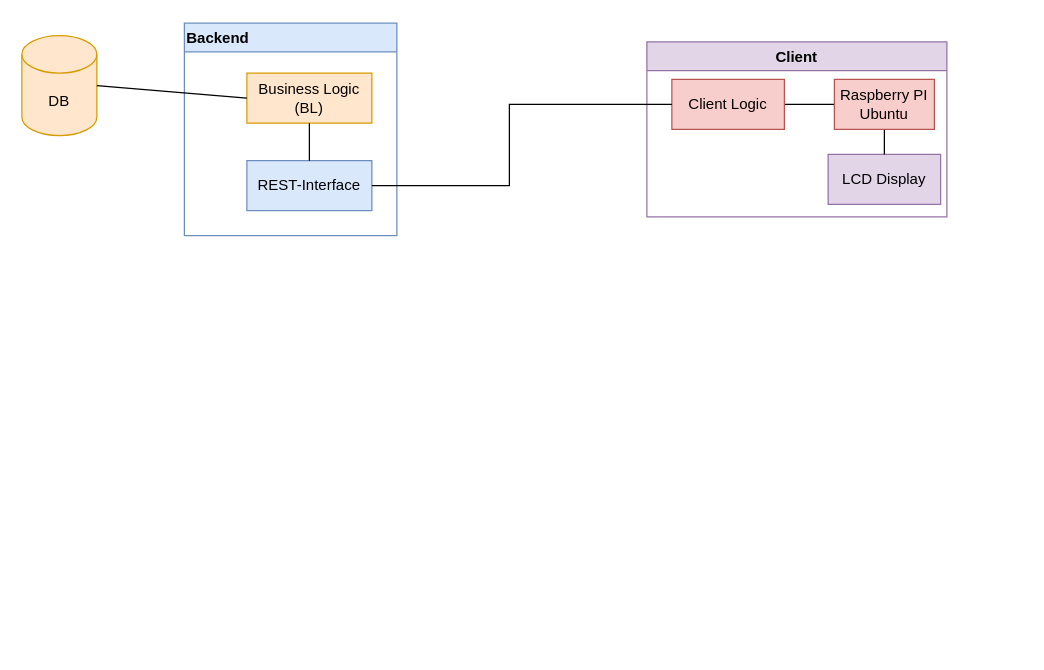
Above: Projektmanagement/Diagramme/system architecture.drawio in steinmax/Aduno (draw.io), before the change. Source tidied: cells renumbered, new cells numbered last; positions are measured from the earlier drawing's top-left corner, leaving out a move shared by most shapes. Both pictures are drawn from the tidied source at 125%, with x=0, y=0 at pixel (21, 22).
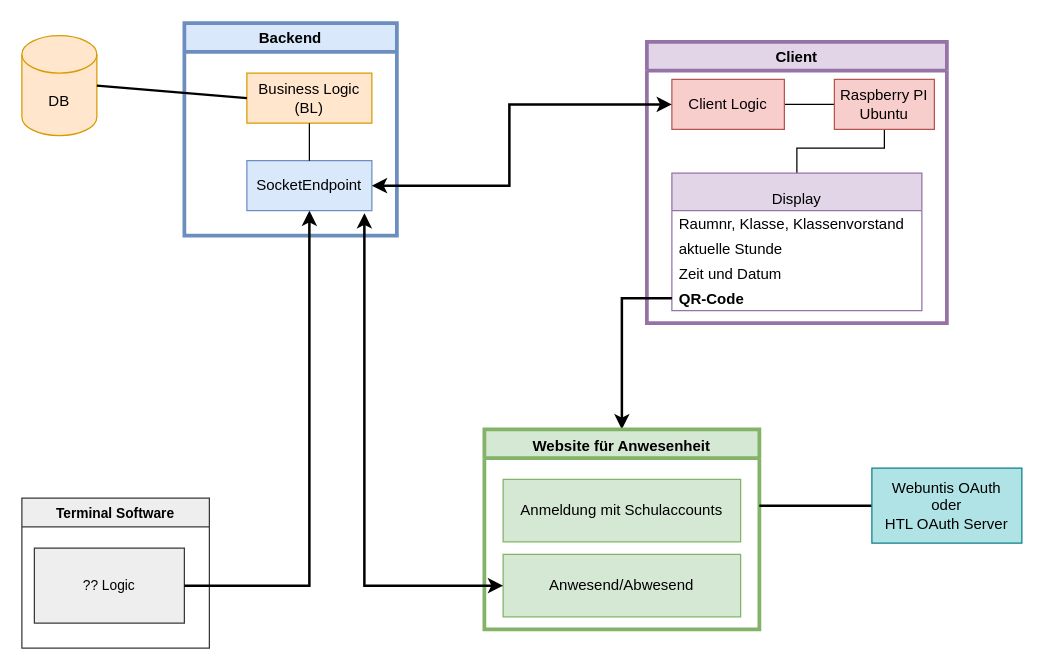
The same diagram, later.

The change refers to these unchanged cells:
```xml
<mxCell id="3" value="Business Logic&lt;br&gt;(BL)" style="rounded=0;whiteSpace=wrap;html=1;align=center;fillColor=#ffe6cc;strokeColor=#d79b00;" parent="2" vertex="1">
  <mxGeometry x="50" y="40" width="100" height="40" as="geometry" />
</mxCell>
<mxCell id="6" value="DB" style="shape=cylinder3;whiteSpace=wrap;html=1;boundedLbl=1;backgroundOutline=1;size=15;align=center;fillColor=#ffe6cc;strokeColor=#d79b00;" parent="1" vertex="1">
  <mxGeometry y="10" width="60" height="80" as="geometry" />
</mxCell>
<mxCell id="12" value="Raspberry PI&lt;br&gt;Ubuntu" style="rounded=0;whiteSpace=wrap;html=1;align=center;fillColor=#f8cecc;strokeColor=#b85450;" parent="8" vertex="1">
  <mxGeometry x="150" y="30" width="80" height="40" as="geometry" />
</mxCell>
<mxCell id="13" value="Client Logic" style="rounded=0;whiteSpace=wrap;html=1;align=center;fillColor=#f8cecc;strokeColor=#b85450;" parent="8" vertex="1">
  <mxGeometry x="20" y="30" width="90" height="40" as="geometry" />
</mxCell>
```

Change to the diagram source:
```diff
@@
-    <mxCell id="2" value="Backend" style="swimlane;align=left;fillColor=#dae8fc;strokeColor=#6c8ebf;" parent="1" vertex="1">
+    <mxCell id="2" value="Backend" style="swimlane;align=center;fillColor=#dae8fc;strokeColor=#6c8ebf;strokeWidth=3;" parent="1" vertex="1">
       <mxGeometry x="130" width="170" height="170" as="geometry" />
     </mxCell>
@@
-    <mxCell id="4" value="REST-Interface" style="rounded=0;whiteSpace=wrap;html=1;align=center;fillColor=#dae8fc;strokeColor=#6c8ebf;" parent="2" vertex="1">
+    <mxCell id="4" value="SocketEndpoint" style="rounded=0;whiteSpace=wrap;html=1;align=center;fillColor=#dae8fc;strokeColor=#6c8ebf;" parent="2" vertex="1">
       <mxGeometry x="50" y="110" width="100" height="40" as="geometry" />
     </mxCell>
@@
-    <mxCell id="7" style="endArrow=none;startArrow=none;html=1;rounded=0;exitX=1;exitY=0.5;exitDx=0;exitDy=0;exitPerimeter=0;entryX=0;entryY=0.5;entryDx=0;entryDy=0;endFill=0;startFill=0;" parent="1" edge="1" source="6" target="3">
+    <mxCell id="7" style="endArrow=none;startArrow=none;html=1;rounded=0;exitX=1;exitY=0.5;exitDx=0;exitDy=0;exitPerimeter=0;entryX=0;entryY=0.5;entryDx=0;entryDy=0;endFill=0;startFill=0;strokeWidth=2;" parent="1" edge="1" source="6" target="3">
       <mxGeometry relative="1" as="geometry" />
     </mxCell>
-    <mxCell id="8" value="Client" style="swimlane;align=center;fillColor=#e1d5e7;strokeColor=#9673a6;" parent="1" vertex="1">
-      <mxGeometry x="500" y="15" width="240" height="140" as="geometry" />
+    <mxCell id="8" value="Client" style="swimlane;align=center;fillColor=#e1d5e7;strokeColor=#9673a6;verticalAlign=middle;strokeWidth=3;" parent="1" vertex="1">
+      <mxGeometry x="500" y="15" width="240" height="225" as="geometry" />
     </mxCell>
-    <mxCell id="9" value="LCD Display" style="rounded=0;whiteSpace=wrap;html=1;align=center;fillColor=#e1d5e7;strokeColor=#9673a6;" parent="8" vertex="1">
-      <mxGeometry x="145" y="90" width="90" height="40" as="geometry" />
-    </mxCell>
@@
-    <mxCell id="11" style="edgeStyle=orthogonalEdgeStyle;rounded=0;jettySize=auto;html=1;entryX=0.5;entryY=0;entryDx=0;entryDy=0;startArrow=none;startFill=0;endArrow=none;endFill=0;" parent="8" edge="1" source="12" target="9">
-      <mxGeometry relative="1" as="geometry" />
-    </mxCell>
+    <mxCell id="15" style="edgeStyle=orthogonalEdgeStyle;rounded=0;jettySize=auto;html=1;entryX=0.5;entryY=0;entryDx=0;entryDy=0;startArrow=none;startFill=0;endArrow=none;endFill=0;" parent="8" edge="1" source="12" target="16">
+      <mxGeometry relative="1" as="geometry">
+        <Array as="points">
+          <mxPoint x="190" y="85" />
+          <mxPoint x="120" y="85" />
+        </Array>
+      </mxGeometry>
+    </mxCell>
@@
+    <mxCell id="16" value="Display" style="swimlane;fontStyle=0;horizontal=1;startSize=30;align=center;verticalAlign=bottom;fillColor=#e1d5e7;strokeColor=#9673a6;" parent="8" vertex="1">
+      <mxGeometry x="20" y="105" width="200" height="110" as="geometry" />
+    </mxCell>
+    <mxCell id="17" value="Raumnr, Klasse, Klassenvorstand" style="text;strokeColor=none;fillColor=none;align=left;verticalAlign=middle;spacingLeft=4;spacingRight=4;overflow=hidden;" parent="16" vertex="1">
+      <mxGeometry y="30" width="200" height="20" as="geometry" />
+    </mxCell>
+    <mxCell id="18" value="aktuelle Stunde" style="text;strokeColor=none;fillColor=none;align=left;verticalAlign=middle;spacingLeft=4;spacingRight=4;overflow=hidden;" parent="16" vertex="1">
+      <mxGeometry y="50" width="200" height="20" as="geometry" />
+    </mxCell>
+    <mxCell id="19" value="Zeit und Datum" style="text;strokeColor=none;fillColor=none;align=left;verticalAlign=middle;spacingLeft=4;spacingRight=4;overflow=hidden;" parent="16" vertex="1">
+      <mxGeometry y="70" width="200" height="20" as="geometry" />
+    </mxCell>
+    <mxCell id="20" value="QR-Code" style="text;strokeColor=none;fillColor=none;align=left;verticalAlign=middle;spacingLeft=4;spacingRight=4;overflow=hidden;points=[[0,0.5],[1,0.5]];portConstraint=eastwest;fontStyle=1;" parent="16" vertex="1">
+      <mxGeometry y="90" width="200" height="20" as="geometry" />
+    </mxCell>
-    <mxCell id="14" style="edgeStyle=orthogonalEdgeStyle;rounded=0;jettySize=auto;html=1;entryX=1;entryY=0.5;entryDx=0;entryDy=0;startArrow=none;startFill=0;endArrow=none;endFill=0;" parent="1" edge="1" source="13" target="4">
+    <mxCell id="14" style="edgeStyle=orthogonalEdgeStyle;rounded=0;jettySize=auto;html=1;entryX=1;entryY=0.5;entryDx=0;entryDy=0;startArrow=classic;startFill=1;endArrow=classic;endFill=1;strokeWidth=2;" parent="1" edge="1" source="13" target="4">
       <mxGeometry relative="1" as="geometry">
         <Array as="points">
           <mxPoint x="390" y="65" />
           <mxPoint x="390" y="130" />
         </Array>
       </mxGeometry>
     </mxCell>
+    <mxCell id="21" style="edgeStyle=orthogonalEdgeStyle;rounded=0;jettySize=auto;html=1;startArrow=none;startFill=0;endArrow=classic;endFill=1;entryX=0.5;entryY=0;entryDx=0;entryDy=0;strokeWidth=2;" parent="1" edge="1" source="20" target="22">
+      <mxGeometry relative="1" as="geometry" />
+    </mxCell>
+    <mxCell id="22" value="Website für Anwesenheit" style="swimlane;align=center;verticalAlign=bottom;strokeWidth=3;fillColor=#d5e8d4;strokeColor=#82b366;" parent="1" vertex="1">
+      <mxGeometry x="370" y="325" width="220" height="160" as="geometry" />
+    </mxCell>
+    <mxCell id="23" value="Anmeldung mit Schulaccounts" style="rounded=0;whiteSpace=wrap;html=1;strokeWidth=1;align=center;verticalAlign=middle;fillColor=#d5e8d4;strokeColor=#82b366;" parent="22" vertex="1">
+      <mxGeometry x="15" y="40" width="190" height="50" as="geometry" />
+    </mxCell>
+    <mxCell id="24" value="Anwesend/Abwesend" style="rounded=0;whiteSpace=wrap;html=1;strokeWidth=1;align=center;verticalAlign=middle;fillColor=#d5e8d4;strokeColor=#82b366;" parent="22" vertex="1">
+      <mxGeometry x="15" y="100" width="190" height="50" as="geometry" />
+    </mxCell>
+    <mxCell id="25" style="edgeStyle=orthogonalEdgeStyle;rounded=0;jettySize=auto;html=1;fontSize=11;startArrow=none;startFill=0;endArrow=none;endFill=0;strokeWidth=2;" parent="1" edge="1" source="26">
+      <mxGeometry relative="1" as="geometry">
+        <mxPoint x="590" y="386" as="targetPoint" />
+      </mxGeometry>
+    </mxCell>
+    <mxCell id="26" value="Webuntis OAuth&lt;br&gt;oder&lt;br&gt;HTL OAuth Server" style="rounded=0;whiteSpace=wrap;html=1;strokeWidth=1;align=center;verticalAlign=middle;fillColor=#b0e3e6;strokeColor=#0e8088;" parent="1" vertex="1">
+      <mxGeometry x="680" y="356" width="120" height="60" as="geometry" />
+    </mxCell>
+    <mxCell id="27" style="edgeStyle=orthogonalEdgeStyle;rounded=0;jettySize=auto;html=1;entryX=0.94;entryY=1.05;entryDx=0;entryDy=0;entryPerimeter=0;startArrow=classic;startFill=1;endArrow=classic;endFill=1;fontSize=11;strokeWidth=2;" parent="1" edge="1" source="24" target="4">
+      <mxGeometry relative="1" as="geometry" />
+    </mxCell>
+    <mxCell id="28" value="Terminal Software" style="swimlane;fontSize=11;strokeWidth=1;align=center;verticalAlign=middle;fillColor=#eeeeee;strokeColor=#36393d;" parent="1" vertex="1">
+      <mxGeometry y="380" width="150" height="120" as="geometry" />
+    </mxCell>
+    <mxCell id="29" value="?? Logic" style="rounded=0;whiteSpace=wrap;html=1;fontSize=11;strokeWidth=1;align=center;verticalAlign=middle;fillColor=#eeeeee;strokeColor=#36393d;" parent="28" vertex="1">
+      <mxGeometry x="10" y="40" width="120" height="60" as="geometry" />
+    </mxCell>
+    <mxCell id="30" style="edgeStyle=orthogonalEdgeStyle;rounded=0;jettySize=auto;html=1;entryX=0.5;entryY=1;entryDx=0;entryDy=0;fontSize=11;startArrow=none;startFill=0;endArrow=classic;endFill=1;strokeWidth=2;" parent="1" edge="1" source="29" target="4">
+      <mxGeometry relative="1" as="geometry" />
+    </mxCell>
```
